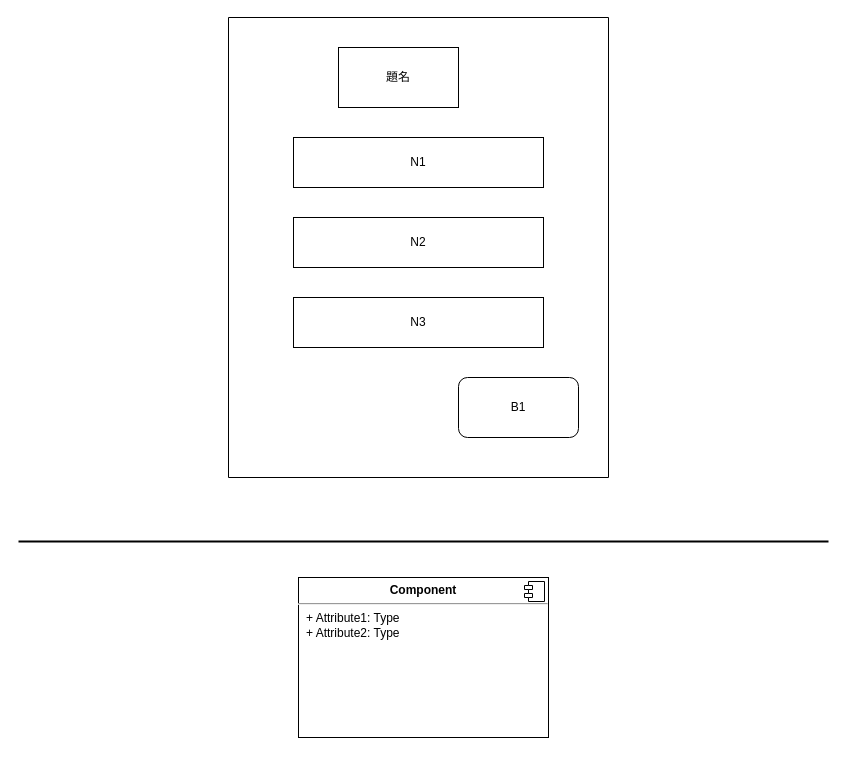
The draw.io diagram page "アカウント登録" (5 of 5) of 画面設計.drawio in ringohoka/AnnounceSituation, before the edit. Source tidied: cells renumbered, new cells numbered last; positions are measured from the earlier drawing's top-left corner, leaving out a move shared by most shapes. Both pictures are drawn from the tidied source at 100%, with x=0, y=0 at pixel (18, 17).
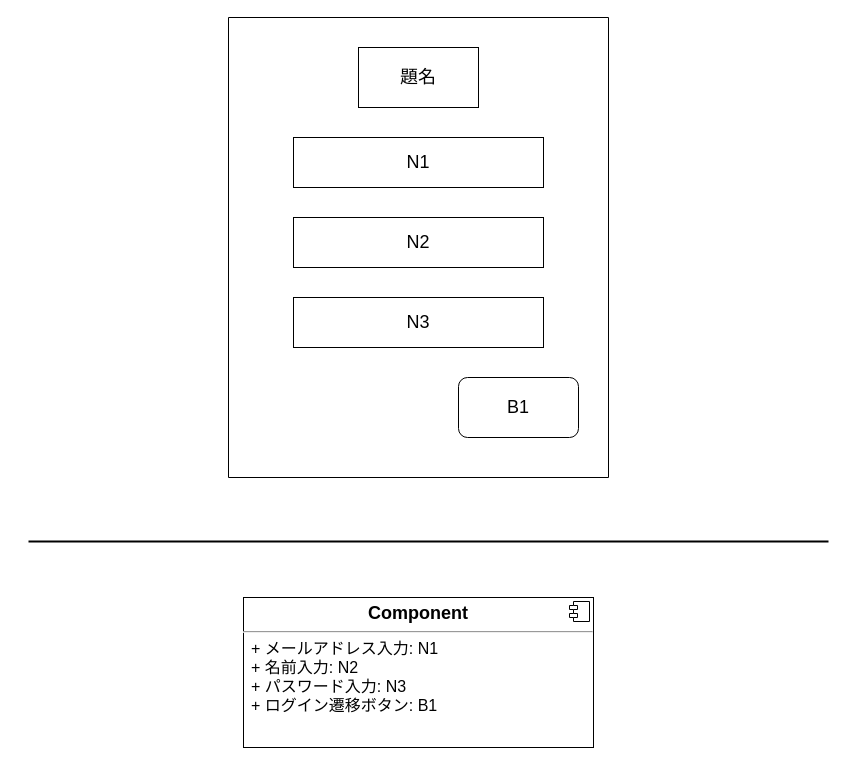
The same diagram, later.

What changed in the source:
```diff
@@
 <mxGraphModel>
   <root>
     <mxCell id="0" />
     <mxCell id="1" parent="0" />
     <mxCell id="2" style="line;strokeWidth=2;html=1;" parent="1" vertex="1">
-      <mxGeometry y="519" width="810" height="10" as="geometry" />
+      <mxGeometry x="10" y="519" width="800" height="10" as="geometry" />
     </mxCell>
     <mxCell id="3" style="swimlane;startSize=0;" parent="1" vertex="1">
       <mxGeometry x="210" width="380" height="460" as="geometry" />
     </mxCell>
-    <mxCell id="4" value="題名" style="rounded=0;whiteSpace=wrap;html=1;" parent="3" vertex="1">
-      <mxGeometry x="110" y="30" width="120" height="60" as="geometry" />
+    <mxCell id="4" value="&lt;font style=&quot;font-size: 18px;&quot;&gt;題名&lt;/font&gt;" style="rounded=0;whiteSpace=wrap;html=1;" parent="3" vertex="1">
+      <mxGeometry x="130" y="30" width="120" height="60" as="geometry" />
     </mxCell>
-    <mxCell id="5" value="N1" style="rounded=0;whiteSpace=wrap;html=1;" parent="3" vertex="1">
+    <mxCell id="5" value="&lt;font style=&quot;font-size: 18px;&quot;&gt;N1&lt;/font&gt;" style="rounded=0;whiteSpace=wrap;html=1;" parent="3" vertex="1">
       <mxGeometry x="65" y="120" width="250" height="50" as="geometry" />
     </mxCell>
-    <mxCell id="6" value="N2" style="rounded=0;whiteSpace=wrap;html=1;" parent="3" vertex="1">
+    <mxCell id="6" value="&lt;font style=&quot;font-size: 18px;&quot;&gt;N2&lt;/font&gt;" style="rounded=0;whiteSpace=wrap;html=1;" parent="3" vertex="1">
       <mxGeometry x="65" y="200" width="250" height="50" as="geometry" />
     </mxCell>
-    <mxCell id="7" value="N3" style="rounded=0;whiteSpace=wrap;html=1;" parent="3" vertex="1">
+    <mxCell id="7" value="&lt;font style=&quot;font-size: 18px;&quot;&gt;N3&lt;/font&gt;" style="rounded=0;whiteSpace=wrap;html=1;" parent="3" vertex="1">
       <mxGeometry x="65" y="280" width="250" height="50" as="geometry" />
     </mxCell>
-    <mxCell id="8" value="B1" style="rounded=1;whiteSpace=wrap;html=1;" parent="3" vertex="1">
+    <mxCell id="8" value="&lt;font style=&quot;font-size: 18px;&quot;&gt;B1&lt;/font&gt;" style="rounded=1;whiteSpace=wrap;html=1;" parent="3" vertex="1">
       <mxGeometry x="230" y="360" width="120" height="60" as="geometry" />
     </mxCell>
-    <mxCell id="9" value="&lt;p style=&quot;margin:0px;margin-top:6px;text-align:center;&quot;&gt;&lt;b&gt;Component&lt;/b&gt;&lt;/p&gt;&lt;hr/&gt;&lt;p style=&quot;margin:0px;margin-left:8px;&quot;&gt;+ Attribute1: Type&lt;br/&gt;+ Attribute2: Type&lt;/p&gt;" style="align=left;overflow=fill;html=1;" parent="1" vertex="1">
-      <mxGeometry x="280" y="560" width="250" height="160" as="geometry" />
+    <mxCell id="9" value="&lt;p style=&quot;margin:0px;margin-top:6px;text-align:center;&quot;&gt;&lt;b&gt;&lt;font style=&quot;font-size: 18px;&quot;&gt;Component&lt;/font&gt;&lt;/b&gt;&lt;/p&gt;&lt;hr&gt;&lt;p style=&quot;margin:0px;margin-left:8px;&quot;&gt;&lt;font size=&quot;3&quot;&gt;+ メールアドレス入力: N1&lt;br&gt;+ 名前入力: N2&lt;/font&gt;&lt;/p&gt;&lt;p style=&quot;margin:0px;margin-left:8px;&quot;&gt;&lt;font size=&quot;3&quot;&gt;+ パスワード入力: N3&lt;/font&gt;&lt;/p&gt;&lt;p style=&quot;margin:0px;margin-left:8px;&quot;&gt;&lt;font size=&quot;3&quot;&gt;+ ログイン遷移ボタン: B1&lt;/font&gt;&lt;/p&gt;" style="align=left;overflow=fill;html=1;" parent="1" vertex="1">
+      <mxGeometry x="225" y="580" width="350" height="150" as="geometry" />
     </mxCell>
     <mxCell id="10" style="shape=component;jettyWidth=8;jettyHeight=4;" parent="9" vertex="1">
       <mxGeometry x="1" width="20" height="20" relative="1" as="geometry">
         <mxPoint x="-24" y="4" as="offset" />
       </mxGeometry>
     </mxCell>
   </root>
 </mxGraphModel>
```
